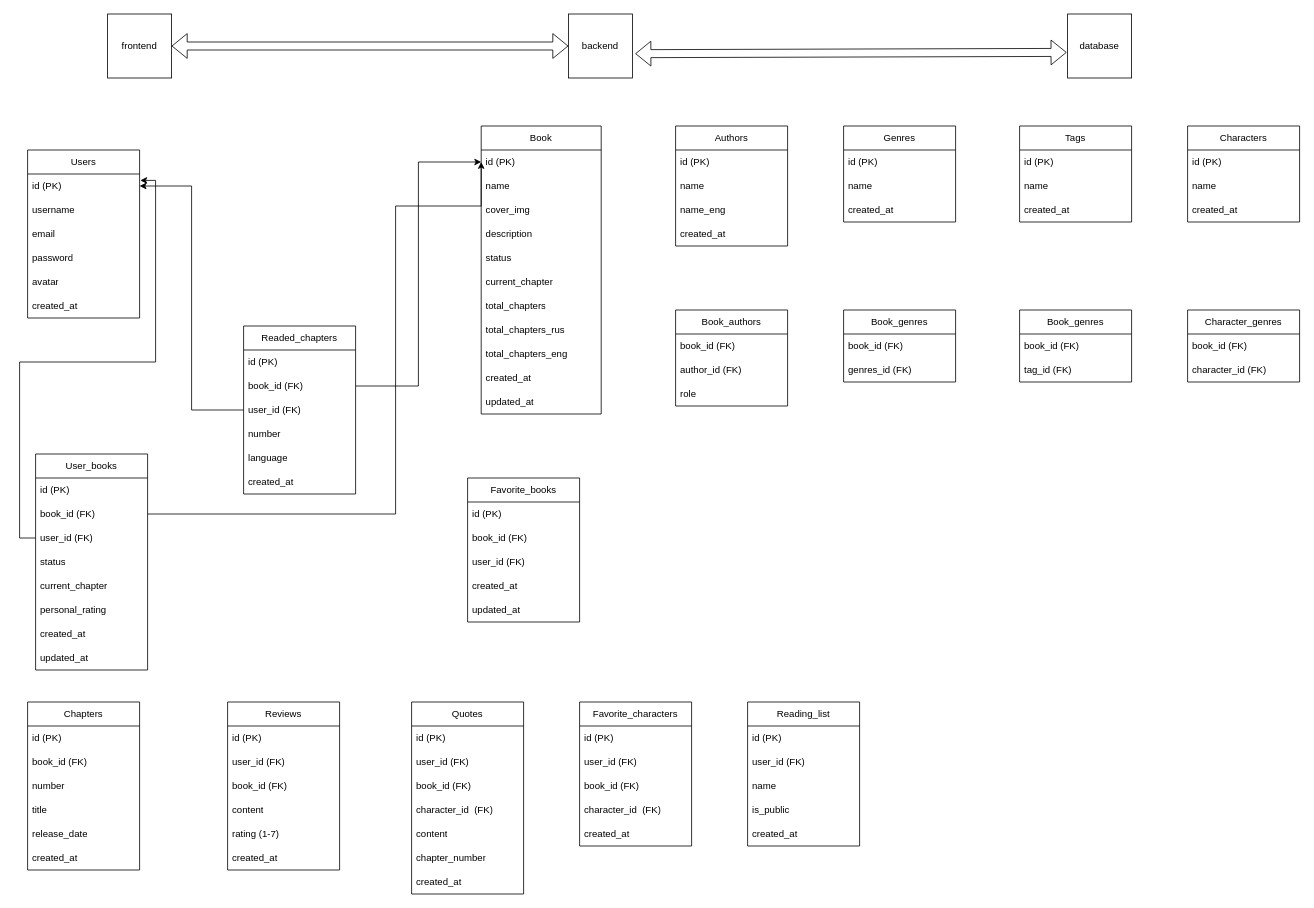
This is arch.drawio from Delonely4/mangaflow, a draw.io file, before an edit. Source tidied: cells renumbered, new cells numbered last; positions are measured from the earlier drawing's top-left corner, leaving out a move shared by most shapes. Both pictures are drawn from the tidied source at 80%, with x=0, y=0 at pixel (27, 14).
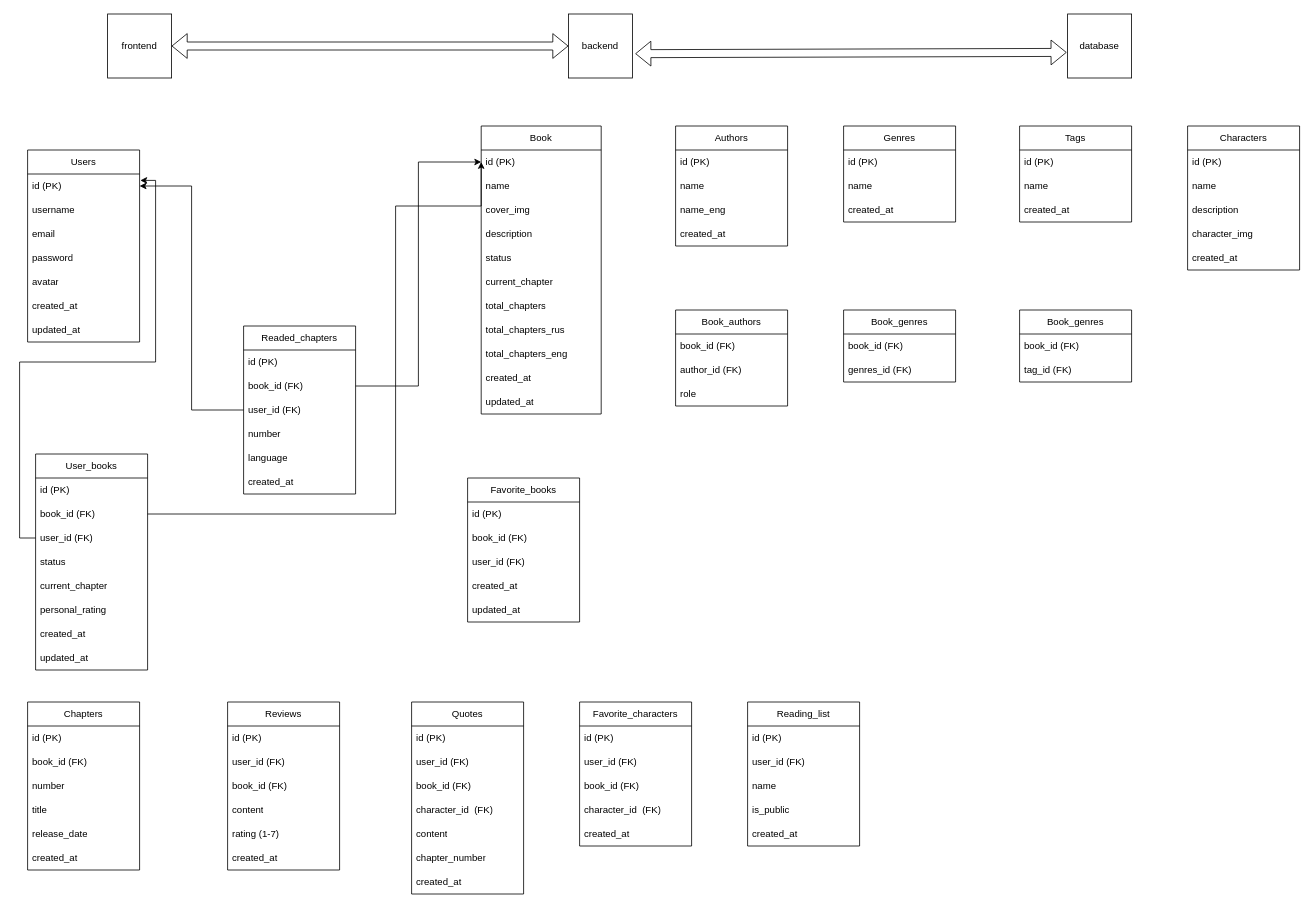
The same diagram, later.

The edit, as a diff of the source:
```diff
@@
     <mxCell id="27" value="Users" style="swimlane;fontStyle=0;horizontal=1;startSize=30;whiteSpace=wrap;html=1;" parent="1" vertex="1">
-      <mxGeometry y="170" width="140" height="210" as="geometry" />
+      <mxGeometry y="170" width="140" height="240" as="geometry" />
     </mxCell>
@@
+    <mxCell id="116" value="updated_at" style="text;strokeColor=none;fillColor=none;align=left;verticalAlign=middle;spacingLeft=4;spacingRight=4;overflow=hidden;whiteSpace=wrap;html=1;" parent="27" vertex="1">
+      <mxGeometry y="210" width="140" height="30" as="geometry" />
+    </mxCell>
@@
     <mxCell id="65" value="Characters" style="swimlane;fontStyle=0;horizontal=1;startSize=30;whiteSpace=wrap;html=1;" parent="1" vertex="1">
-      <mxGeometry x="1450" y="140" width="140" height="120" as="geometry" />
+      <mxGeometry x="1450" y="140" width="140" height="180" as="geometry" />
     </mxCell>
@@
+    <mxCell id="117" value="description" style="text;strokeColor=none;fillColor=none;align=left;verticalAlign=middle;spacingLeft=4;spacingRight=4;overflow=hidden;whiteSpace=wrap;html=1;" parent="65" vertex="1">
+      <mxGeometry y="90" width="140" height="30" as="geometry" />
+    </mxCell>
+    <mxCell id="118" value="character_img" style="text;strokeColor=none;fillColor=none;align=left;verticalAlign=middle;spacingLeft=4;spacingRight=4;overflow=hidden;whiteSpace=wrap;html=1;" parent="65" vertex="1">
+      <mxGeometry y="120" width="140" height="30" as="geometry" />
+    </mxCell>
     <mxCell id="68" value="created_at" style="text;strokeColor=none;fillColor=none;align=left;verticalAlign=middle;spacingLeft=4;spacingRight=4;overflow=hidden;whiteSpace=wrap;html=1;" parent="65" vertex="1">
-      <mxGeometry y="90" width="140" height="30" as="geometry" />
+      <mxGeometry y="150" width="140" height="30" as="geometry" />
     </mxCell>
@@
-    <mxCell id="107" value="Character_genres" style="swimlane;fontStyle=0;horizontal=1;startSize=30;whiteSpace=wrap;html=1;" parent="1" vertex="1">
-      <mxGeometry x="1450" y="370" width="140" height="90" as="geometry" />
-    </mxCell>
-    <mxCell id="108" value="book_id (FK)" style="text;strokeColor=none;fillColor=none;align=left;verticalAlign=middle;spacingLeft=4;spacingRight=4;overflow=hidden;whiteSpace=wrap;html=1;" parent="107" vertex="1">
-      <mxGeometry y="30" width="140" height="30" as="geometry" />
-    </mxCell>
-    <mxCell id="109" value="character_id (FK)" style="text;strokeColor=none;fillColor=none;align=left;verticalAlign=middle;spacingLeft=4;spacingRight=4;overflow=hidden;whiteSpace=wrap;html=1;" parent="107" vertex="1">
-      <mxGeometry y="60" width="140" height="30" as="geometry" />
-    </mxCell>
```
